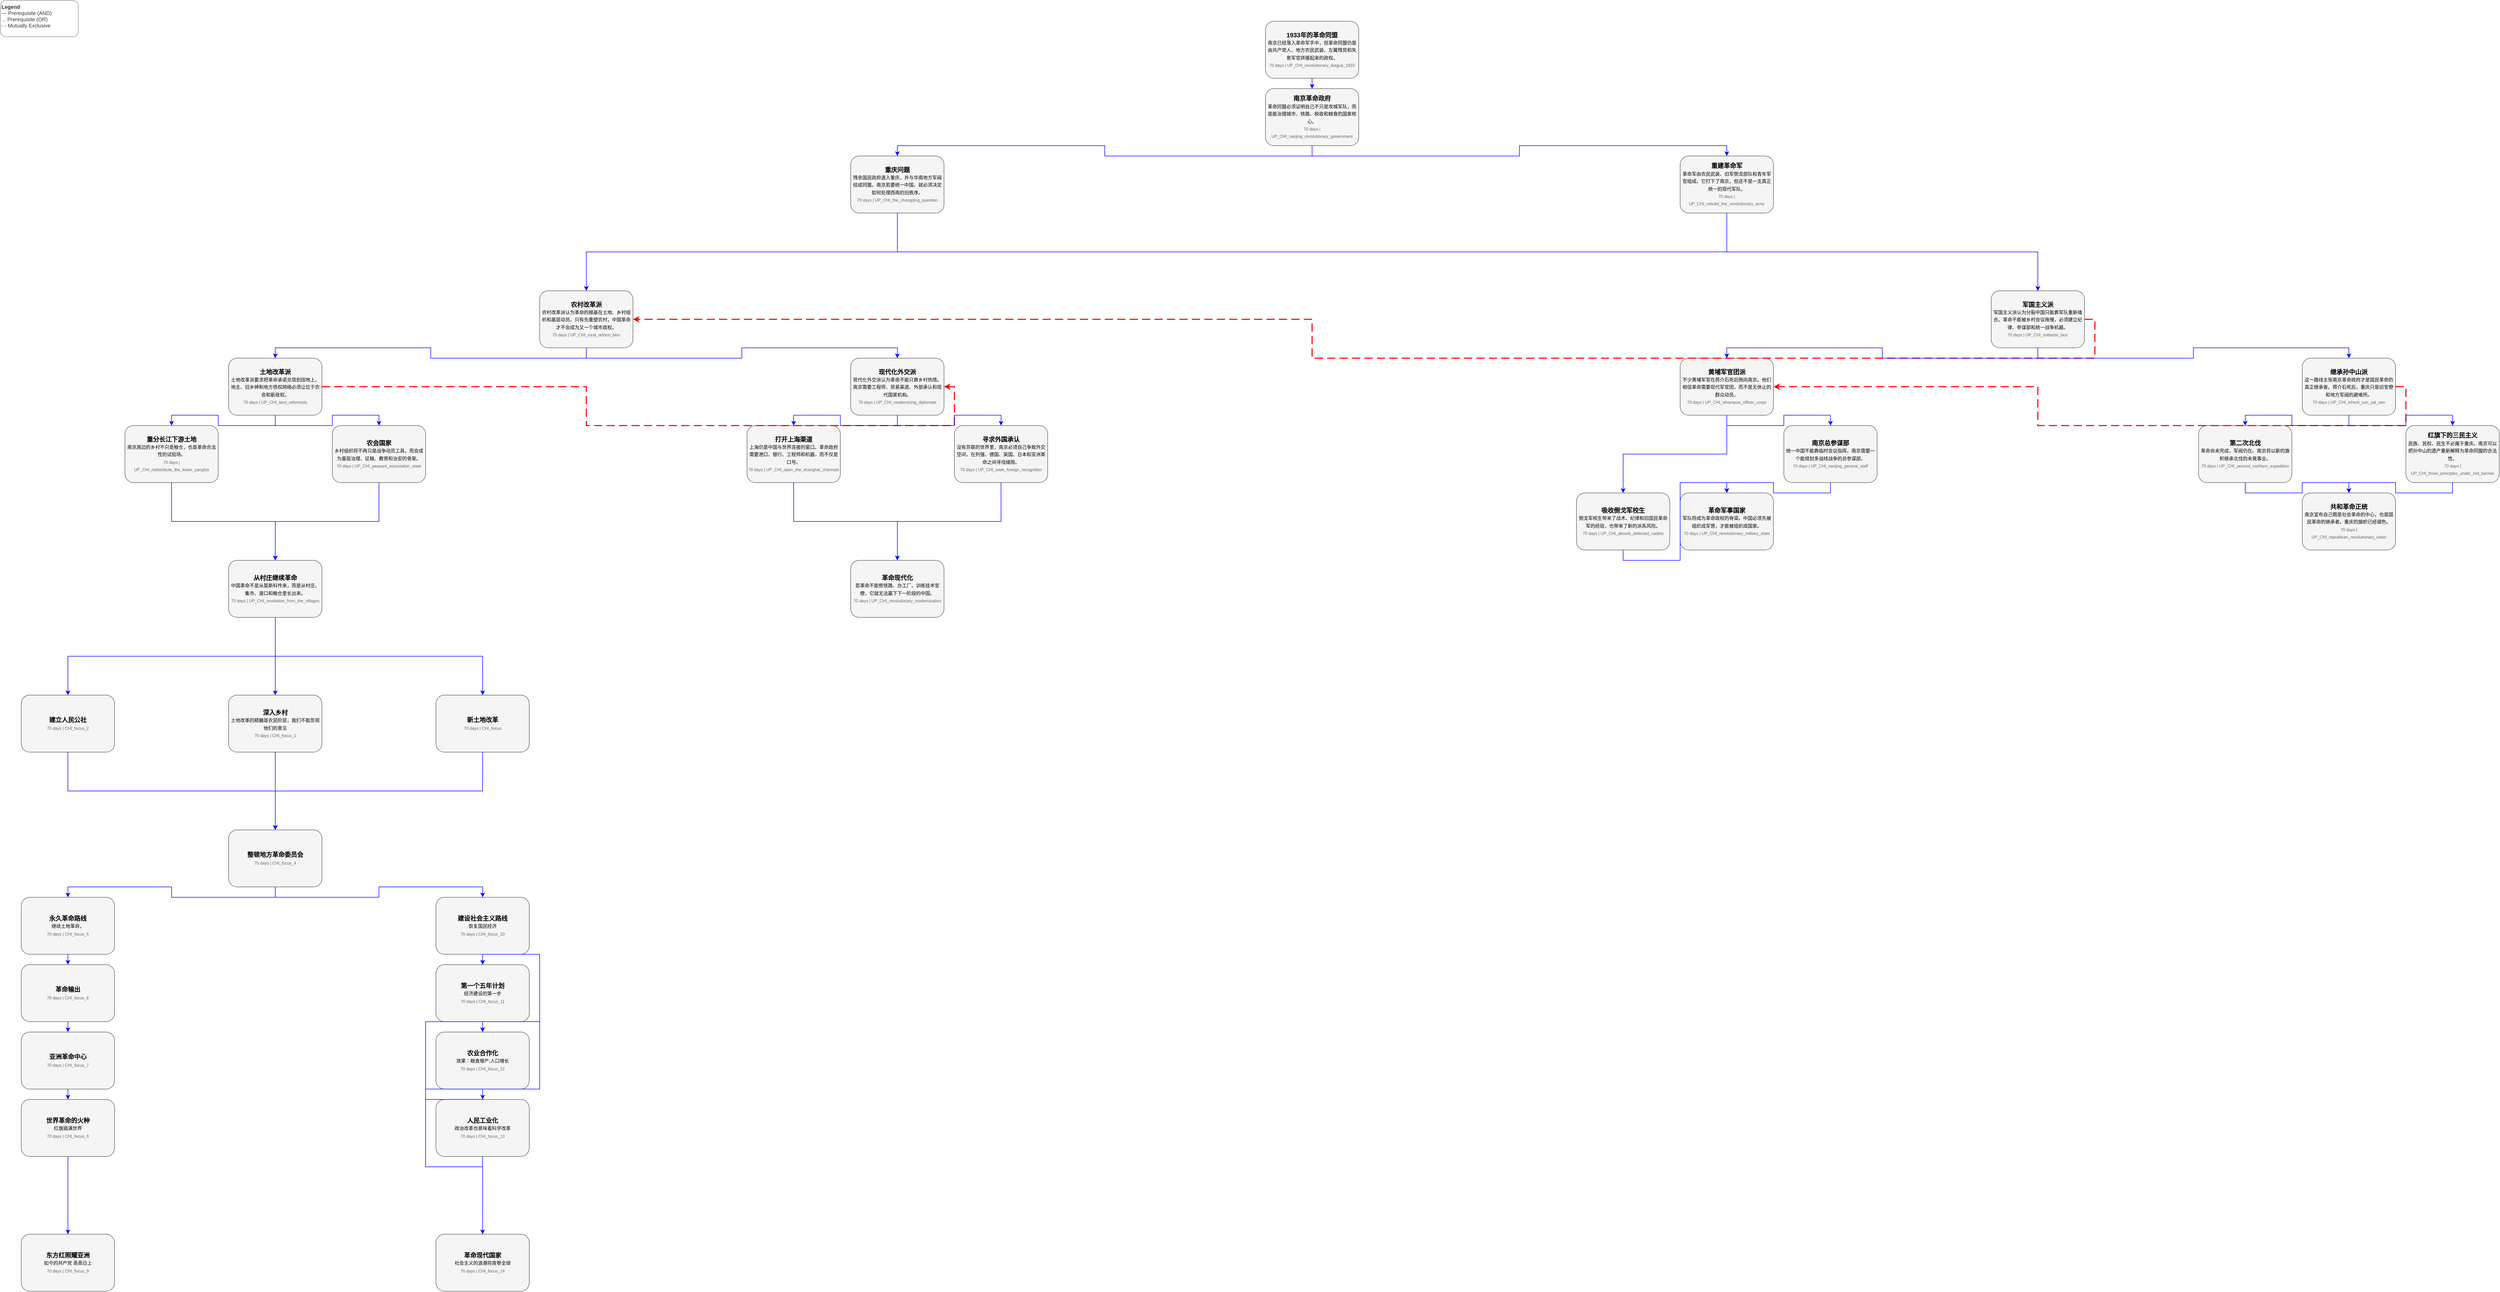
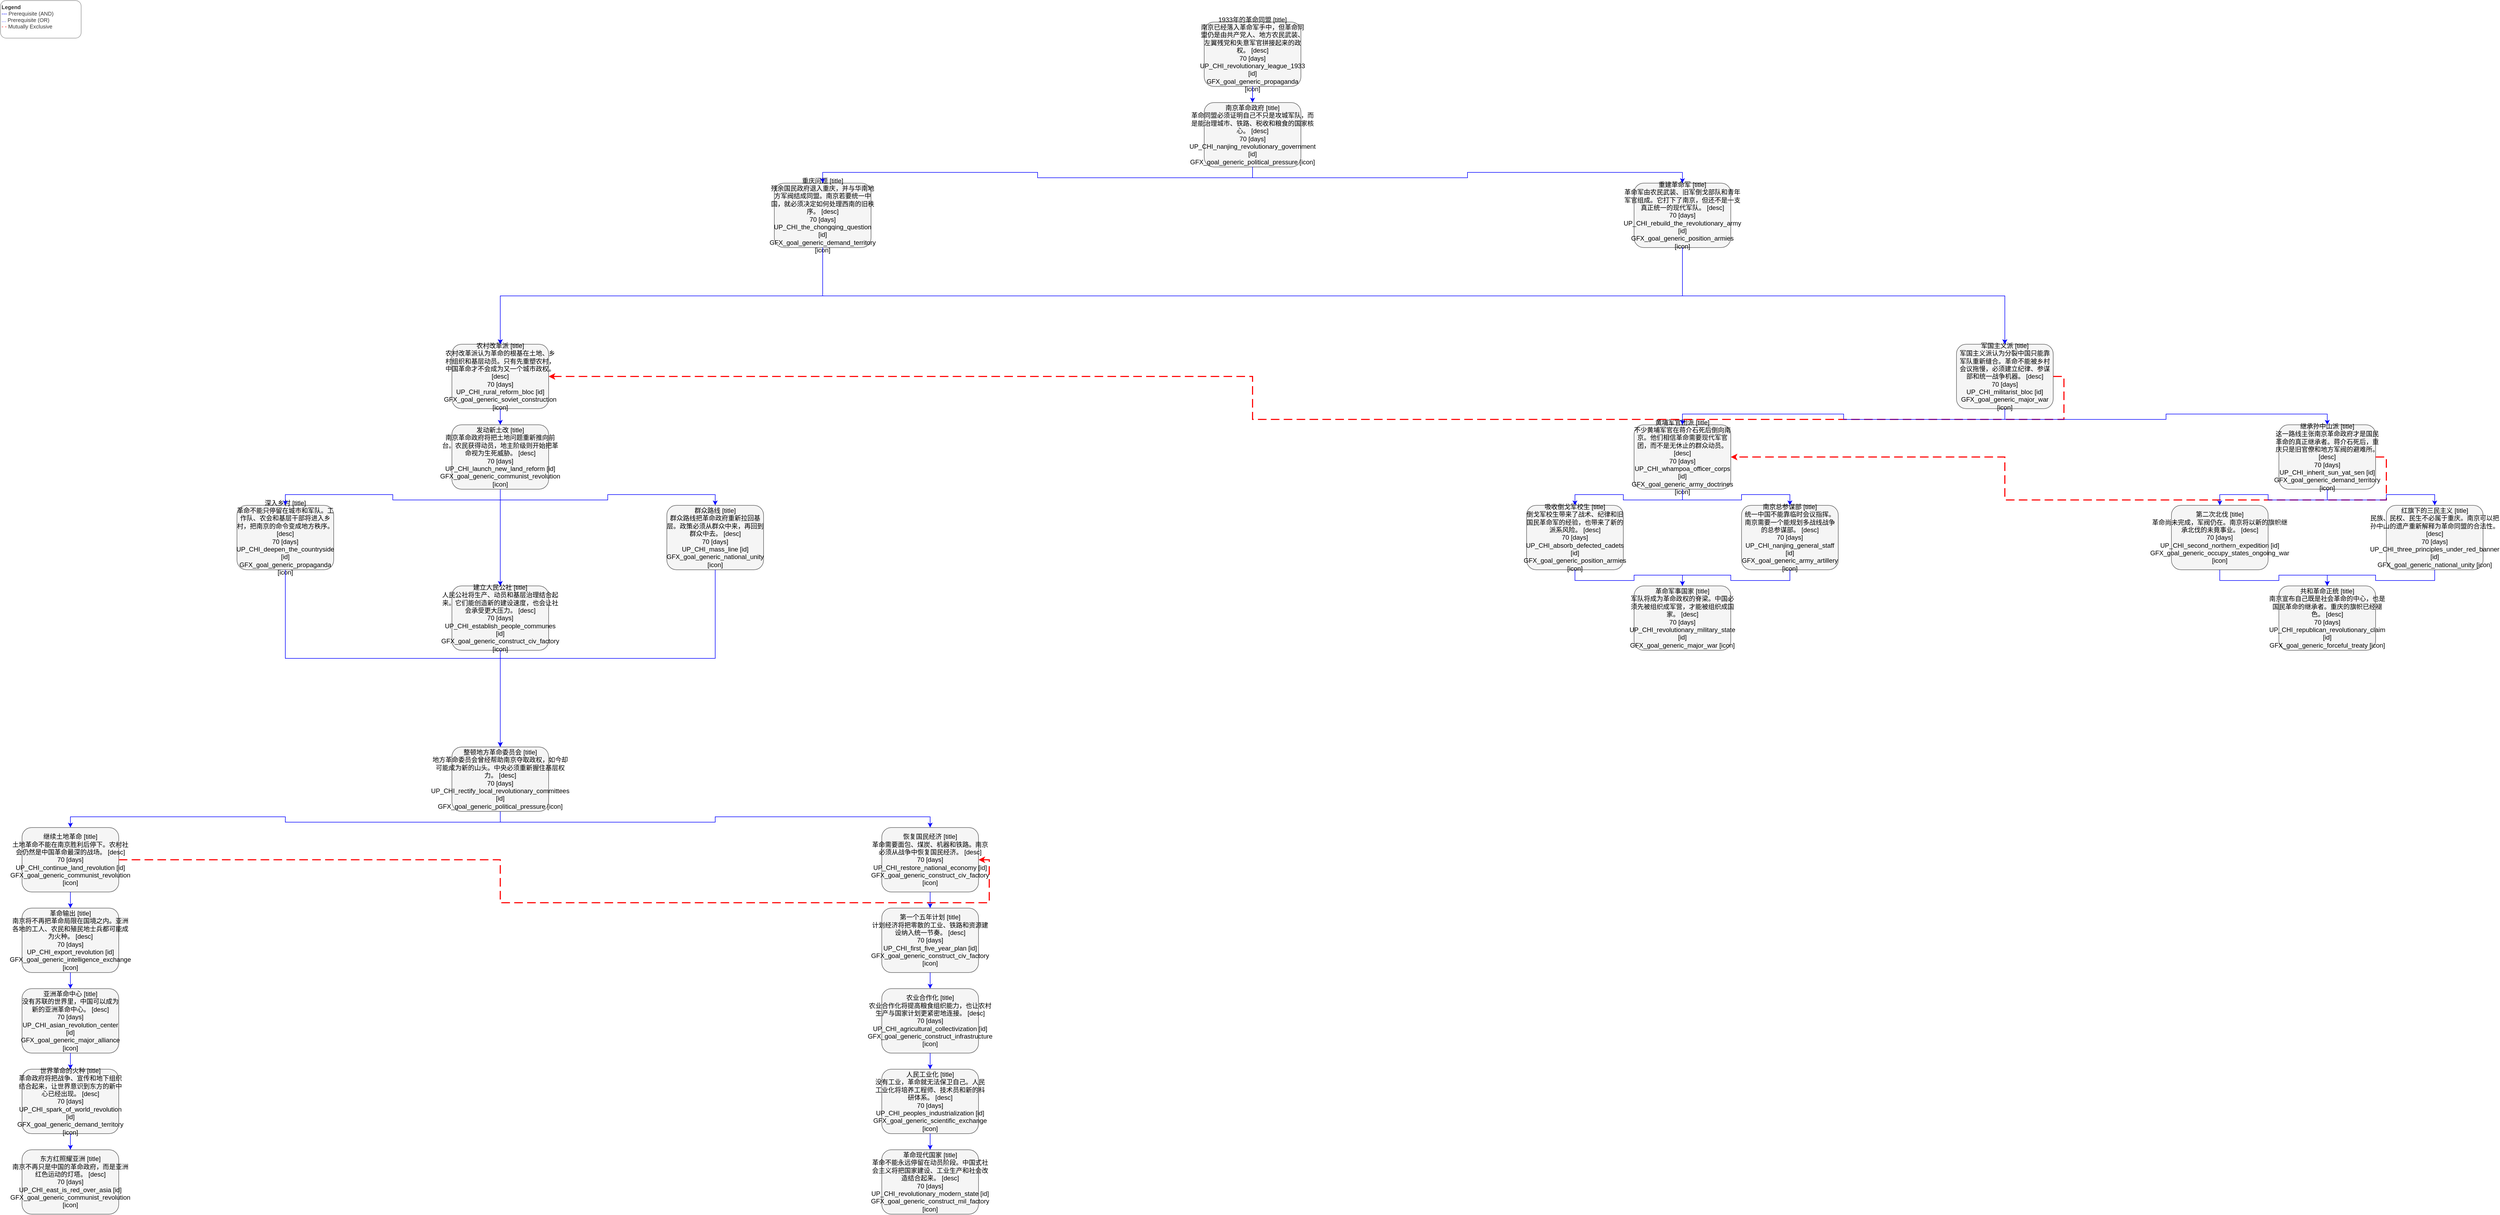
<?xml version="1.0" encoding="UTF-8"?>
- <mxfile host="app.diagrams.net" modified="2026-06-29T11:47:39.739Z" agent="HOI4 Modding Tools" version="1.0">
+ <mxfile host="app.diagrams.net" modified="2026-06-29T22:15:16.571Z" agent="HOI4 Modding Tools" version="1.0">
  <diagram id="focus-tree" name="UP_china_focus">
    <mxGraphModel dx="1000" dy="800" grid="1" gridSize="10" guides="1" tooltips="1" connect="1" arrows="1" fold="1" page="1" pageScale="1" pageWidth="1920" pageHeight="1080">
      <root>
        <mxCell id="0"/>
        <mxCell id="1" parent="0"/>
-         <mxCell id="2" value="&lt;b&gt;1933年的革命同盟&lt;/b&gt;&lt;br&gt;&lt;font style=&quot;font-size:9px&quot;&gt;南京已经落入革命军手中，但革命同盟仍是由共产党人、地方农民武装、左翼残党和失意军官拼接起来的政权。&lt;/font&gt;&lt;br&gt;&lt;font style=&quot;font-size:8px;color:#666666&quot;&gt;70 days | UP_CHI_revolutionary_league_1933&lt;/font&gt;" style="rounded=1;whiteSpace=wrap;html=1;fillColor=#f5f5f5;strokeColor=#666666;" vertex="1" parent="1"><mxGeometry x="2450" y="50" width="180" height="110" as="geometry"/></mxCell><mxCell id="3" value="&lt;b&gt;南京革命政府&lt;/b&gt;&lt;br&gt;&lt;font style=&quot;font-size:9px&quot;&gt;革命同盟必须证明自己不只是攻城军队，而是能治理城市、铁路、税收和粮食的国家核心。&lt;/font&gt;&lt;br&gt;&lt;font style=&quot;font-size:8px;color:#666666&quot;&gt;70 days | UP_CHI_nanjing_revolutionary_government&lt;/font&gt;" style="rounded=1;whiteSpace=wrap;html=1;fillColor=#f5f5f5;strokeColor=#666666;" vertex="1" parent="1"><mxGeometry x="2450" y="180" width="180" height="110" as="geometry"/></mxCell><mxCell id="4" value="&lt;b&gt;重庆问题&lt;/b&gt;&lt;br&gt;&lt;font style=&quot;font-size:9px&quot;&gt;残余国民政府退入重庆，并与华南地方军阀结成同盟。南京若要统一中国，就必须决定如何处理西南的旧秩序。&lt;/font&gt;&lt;br&gt;&lt;font style=&quot;font-size:8px;color:#666666&quot;&gt;70 days | UP_CHI_the_chongqing_question&lt;/font&gt;" style="rounded=1;whiteSpace=wrap;html=1;fillColor=#f5f5f5;strokeColor=#666666;" vertex="1" parent="1"><mxGeometry x="1650" y="310" width="180" height="110" as="geometry"/></mxCell><mxCell id="5" value="&lt;b&gt;重建革命军&lt;/b&gt;&lt;br&gt;&lt;font style=&quot;font-size:9px&quot;&gt;革命军由农民武装、旧军倒戈部队和青年军官组成。它打下了南京，但还不是一支真正统一的现代军队。&lt;/font&gt;&lt;br&gt;&lt;font style=&quot;font-size:8px;color:#666666&quot;&gt;70 days | UP_CHI_rebuild_the_revolutionary_army&lt;/font&gt;" style="rounded=1;whiteSpace=wrap;html=1;fillColor=#f5f5f5;strokeColor=#666666;" vertex="1" parent="1"><mxGeometry x="3250" y="310" width="180" height="110" as="geometry"/></mxCell><mxCell id="6" value="&lt;b&gt;农村改革派&lt;/b&gt;&lt;br&gt;&lt;font style=&quot;font-size:9px&quot;&gt;农村改革派认为革命的根基在土地、乡村组织和基层动员。只有先重塑农村，中国革命才不会成为又一个城市政权。&lt;/font&gt;&lt;br&gt;&lt;font style=&quot;font-size:8px;color:#666666&quot;&gt;70 days | UP_CHI_rural_reform_bloc&lt;/font&gt;" style="rounded=1;whiteSpace=wrap;html=1;fillColor=#f5f5f5;strokeColor=#666666;" vertex="1" parent="1"><mxGeometry x="1050" y="570" width="180" height="110" as="geometry"/></mxCell><mxCell id="7" value="&lt;b&gt;军国主义派&lt;/b&gt;&lt;br&gt;&lt;font style=&quot;font-size:9px&quot;&gt;军国主义派认为分裂中国只能靠军队重新缝合。革命不能被乡村会议拖慢，必须建立纪律、参谋部和统一战争机器。&lt;/font&gt;&lt;br&gt;&lt;font style=&quot;font-size:8px;color:#666666&quot;&gt;70 days | UP_CHI_militarist_bloc&lt;/font&gt;" style="rounded=1;whiteSpace=wrap;html=1;fillColor=#f5f5f5;strokeColor=#666666;" vertex="1" parent="1"><mxGeometry x="3850" y="570" width="180" height="110" as="geometry"/></mxCell><mxCell id="8" value="&lt;b&gt;土地改革派&lt;/b&gt;&lt;br&gt;&lt;font style=&quot;font-size:9px&quot;&gt;土地改革派要求把革命承诺兑现到田地上。地主、旧乡绅和地方债权网络必须让位于农会和新政权。&lt;/font&gt;&lt;br&gt;&lt;font style=&quot;font-size:8px;color:#666666&quot;&gt;70 days | UP_CHI_land_reformists&lt;/font&gt;" style="rounded=1;whiteSpace=wrap;html=1;fillColor=#f5f5f5;strokeColor=#666666;" vertex="1" parent="1"><mxGeometry x="450" y="700" width="180" height="110" as="geometry"/></mxCell><mxCell id="9" value="&lt;b&gt;重分长江下游土地&lt;/b&gt;&lt;br&gt;&lt;font style=&quot;font-size:9px&quot;&gt;南京周边的乡村不只是粮仓，也是革命合法性的试验场。&lt;/font&gt;&lt;br&gt;&lt;font style=&quot;font-size:8px;color:#666666&quot;&gt;70 days | UP_CHI_redistribute_the_lower_yangtze&lt;/font&gt;" style="rounded=1;whiteSpace=wrap;html=1;fillColor=#f5f5f5;strokeColor=#666666;" vertex="1" parent="1"><mxGeometry x="250" y="830" width="180" height="110" as="geometry"/></mxCell><mxCell id="10" value="&lt;b&gt;农会国家&lt;/b&gt;&lt;br&gt;&lt;font style=&quot;font-size:9px&quot;&gt;乡村组织将不再只是战争动员工具，而会成为基层治理、征粮、教育和治安的骨架。&lt;/font&gt;&lt;br&gt;&lt;font style=&quot;font-size:8px;color:#666666&quot;&gt;70 days | UP_CHI_peasant_association_state&lt;/font&gt;" style="rounded=1;whiteSpace=wrap;html=1;fillColor=#f5f5f5;strokeColor=#666666;" vertex="1" parent="1"><mxGeometry x="650" y="830" width="180" height="110" as="geometry"/></mxCell><mxCell id="11" value="&lt;b&gt;从村庄继续革命&lt;/b&gt;&lt;br&gt;&lt;font style=&quot;font-size:9px&quot;&gt;中国革命不是从莫斯科传来，而是从村庄、集市、渡口和粮仓里长出来。&lt;/font&gt;&lt;br&gt;&lt;font style=&quot;font-size:8px;color:#666666&quot;&gt;70 days | UP_CHI_revolution_from_the_villages&lt;/font&gt;" style="rounded=1;whiteSpace=wrap;html=1;fillColor=#f5f5f5;strokeColor=#666666;" vertex="1" parent="1"><mxGeometry x="450" y="1090" width="180" height="110" as="geometry"/></mxCell><mxCell id="12" value="&lt;b&gt;现代化外交派&lt;/b&gt;&lt;br&gt;&lt;font style=&quot;font-size:9px&quot;&gt;现代化外交派认为革命不能只靠乡村热情。南京需要工程师、贸易渠道、外部承认和现代国家机构。&lt;/font&gt;&lt;br&gt;&lt;font style=&quot;font-size:8px;color:#666666&quot;&gt;70 days | UP_CHI_modernizing_diplomats&lt;/font&gt;" style="rounded=1;whiteSpace=wrap;html=1;fillColor=#f5f5f5;strokeColor=#666666;" vertex="1" parent="1"><mxGeometry x="1650" y="700" width="180" height="110" as="geometry"/></mxCell><mxCell id="13" value="&lt;b&gt;打开上海渠道&lt;/b&gt;&lt;br&gt;&lt;font style=&quot;font-size:9px&quot;&gt;上海仍是中国与世界连接的窗口。革命政府需要港口、银行、工程师和机器，而不仅是口号。&lt;/font&gt;&lt;br&gt;&lt;font style=&quot;font-size:8px;color:#666666&quot;&gt;70 days | UP_CHI_open_the_shanghai_channels&lt;/font&gt;" style="rounded=1;whiteSpace=wrap;html=1;fillColor=#f5f5f5;strokeColor=#666666;" vertex="1" parent="1"><mxGeometry x="1450" y="830" width="180" height="110" as="geometry"/></mxCell><mxCell id="14" value="&lt;b&gt;寻求外国承认&lt;/b&gt;&lt;br&gt;&lt;font style=&quot;font-size:9px&quot;&gt;没有苏联的世界里，南京必须自己争取外交空间，在列强、德国、英国、日本和亚洲革命之间寻找缝隙。&lt;/font&gt;&lt;br&gt;&lt;font style=&quot;font-size:8px;color:#666666&quot;&gt;70 days | UP_CHI_seek_foreign_recognition&lt;/font&gt;" style="rounded=1;whiteSpace=wrap;html=1;fillColor=#f5f5f5;strokeColor=#666666;" vertex="1" parent="1"><mxGeometry x="1850" y="830" width="180" height="110" as="geometry"/></mxCell><mxCell id="15" value="&lt;b&gt;革命现代化&lt;/b&gt;&lt;br&gt;&lt;font style=&quot;font-size:9px&quot;&gt;若革命不能修铁路、办工厂、训练技术官僚，它就无法赢下下一阶段的中国。&lt;/font&gt;&lt;br&gt;&lt;font style=&quot;font-size:8px;color:#666666&quot;&gt;70 days | UP_CHI_revolutionary_modernization&lt;/font&gt;" style="rounded=1;whiteSpace=wrap;html=1;fillColor=#f5f5f5;strokeColor=#666666;" vertex="1" parent="1"><mxGeometry x="1650" y="1090" width="180" height="110" as="geometry"/></mxCell><mxCell id="16" value="&lt;b&gt;黄埔军官团派&lt;/b&gt;&lt;br&gt;&lt;font style=&quot;font-size:9px&quot;&gt;不少黄埔军官在蒋介石死后倒向南京。他们相信革命需要现代军官团，而不是无休止的群众动员。&lt;/font&gt;&lt;br&gt;&lt;font style=&quot;font-size:8px;color:#666666&quot;&gt;70 days | UP_CHI_whampoa_officer_corps&lt;/font&gt;" style="rounded=1;whiteSpace=wrap;html=1;fillColor=#f5f5f5;strokeColor=#666666;" vertex="1" parent="1"><mxGeometry x="3250" y="700" width="180" height="110" as="geometry"/></mxCell><mxCell id="17" value="&lt;b&gt;吸收倒戈军校生&lt;/b&gt;&lt;br&gt;&lt;font style=&quot;font-size:9px&quot;&gt;倒戈军校生带来了战术、纪律和旧国民革命军的经验，也带来了新的派系风险。&lt;/font&gt;&lt;br&gt;&lt;font style=&quot;font-size:8px;color:#666666&quot;&gt;70 days | UP_CHI_absorb_defected_cadets&lt;/font&gt;" style="rounded=1;whiteSpace=wrap;html=1;fillColor=#f5f5f5;strokeColor=#666666;" vertex="1" parent="1"><mxGeometry x="3050" y="960" width="180" height="110" as="geometry"/></mxCell><mxCell id="18" value="&lt;b&gt;南京总参谋部&lt;/b&gt;&lt;br&gt;&lt;font style=&quot;font-size:9px&quot;&gt;统一中国不能靠临时会议指挥。南京需要一个能规划多战线战争的总参谋部。&lt;/font&gt;&lt;br&gt;&lt;font style=&quot;font-size:8px;color:#666666&quot;&gt;70 days | UP_CHI_nanjing_general_staff&lt;/font&gt;" style="rounded=1;whiteSpace=wrap;html=1;fillColor=#f5f5f5;strokeColor=#666666;" vertex="1" parent="1"><mxGeometry x="3450" y="830" width="180" height="110" as="geometry"/></mxCell><mxCell id="19" value="&lt;b&gt;革命军事国家&lt;/b&gt;&lt;br&gt;&lt;font style=&quot;font-size:9px&quot;&gt;军队将成为革命政权的脊梁。中国必须先被组织成军营，才能被组织成国家。&lt;/font&gt;&lt;br&gt;&lt;font style=&quot;font-size:8px;color:#666666&quot;&gt;70 days | UP_CHI_revolutionary_military_state&lt;/font&gt;" style="rounded=1;whiteSpace=wrap;html=1;fillColor=#f5f5f5;strokeColor=#666666;" vertex="1" parent="1"><mxGeometry x="3250" y="960" width="180" height="110" as="geometry"/></mxCell><mxCell id="20" value="&lt;b&gt;继承孙中山派&lt;/b&gt;&lt;br&gt;&lt;font style=&quot;font-size:9px&quot;&gt;这一路线主张南京革命政府才是国民革命的真正继承者。蒋介石死后，重庆只是旧官僚和地方军阀的避难所。&lt;/font&gt;&lt;br&gt;&lt;font style=&quot;font-size:8px;color:#666666&quot;&gt;70 days | UP_CHI_inherit_sun_yat_sen&lt;/font&gt;" style="rounded=1;whiteSpace=wrap;html=1;fillColor=#f5f5f5;strokeColor=#666666;" vertex="1" parent="1"><mxGeometry x="4450" y="700" width="180" height="110" as="geometry"/></mxCell><mxCell id="21" value="&lt;b&gt;第二次北伐&lt;/b&gt;&lt;br&gt;&lt;font style=&quot;font-size:9px&quot;&gt;革命尚未完成，军阀仍在。南京将以新的旗帜继承北伐的未竟事业。&lt;/font&gt;&lt;br&gt;&lt;font style=&quot;font-size:8px;color:#666666&quot;&gt;70 days | UP_CHI_second_northern_expedition&lt;/font&gt;" style="rounded=1;whiteSpace=wrap;html=1;fillColor=#f5f5f5;strokeColor=#666666;" vertex="1" parent="1"><mxGeometry x="4250" y="830" width="180" height="110" as="geometry"/></mxCell><mxCell id="22" value="&lt;b&gt;红旗下的三民主义&lt;/b&gt;&lt;br&gt;&lt;font style=&quot;font-size:9px&quot;&gt;民族、民权、民生不必属于重庆。南京可以把孙中山的遗产重新解释为革命同盟的合法性。&lt;/font&gt;&lt;br&gt;&lt;font style=&quot;font-size:8px;color:#666666&quot;&gt;70 days | UP_CHI_three_principles_under_red_banner&lt;/font&gt;" style="rounded=1;whiteSpace=wrap;html=1;fillColor=#f5f5f5;strokeColor=#666666;" vertex="1" parent="1"><mxGeometry x="4650" y="830" width="180" height="110" as="geometry"/></mxCell><mxCell id="23" value="&lt;b&gt;共和革命正统&lt;/b&gt;&lt;br&gt;&lt;font style=&quot;font-size:9px&quot;&gt;南京宣布自己既是社会革命的中心，也是国民革命的继承者。重庆的旗帜已经褪色。&lt;/font&gt;&lt;br&gt;&lt;font style=&quot;font-size:8px;color:#666666&quot;&gt;70 days | UP_CHI_republican_revolutionary_claim&lt;/font&gt;" style="rounded=1;whiteSpace=wrap;html=1;fillColor=#f5f5f5;strokeColor=#666666;" vertex="1" parent="1"><mxGeometry x="4450" y="960" width="180" height="110" as="geometry"/></mxCell><mxCell id="24" value="&lt;b&gt;新土地改革&lt;/b&gt;&lt;br&gt;&lt;font style=&quot;font-size:8px;color:#666666&quot;&gt;70 days | CHI_focus&lt;/font&gt;" style="rounded=1;whiteSpace=wrap;html=1;fillColor=#f5f5f5;strokeColor=#666666;" vertex="1" parent="1"><mxGeometry x="850" y="1350" width="180" height="110" as="geometry"/></mxCell><mxCell id="25" value="&lt;b&gt;深入乡村&lt;/b&gt;&lt;br&gt;&lt;font style=&quot;font-size:9px&quot;&gt;土地改革的精髓是农民阶层，我们不能忽视他们的意见&lt;/font&gt;&lt;br&gt;&lt;font style=&quot;font-size:8px;color:#666666&quot;&gt;70 days | CHI_focus_1&lt;/font&gt;" style="rounded=1;whiteSpace=wrap;html=1;fillColor=#f5f5f5;strokeColor=#666666;" vertex="1" parent="1"><mxGeometry x="450" y="1350" width="180" height="110" as="geometry"/></mxCell><mxCell id="26" value="&lt;b&gt;建立人民公社&lt;/b&gt;&lt;br&gt;&lt;font style=&quot;font-size:8px;color:#666666&quot;&gt;70 days | CHI_focus_2&lt;/font&gt;" style="rounded=1;whiteSpace=wrap;html=1;fillColor=#f5f5f5;strokeColor=#666666;" vertex="1" parent="1"><mxGeometry x="50" y="1350" width="180" height="110" as="geometry"/></mxCell><mxCell id="27" value="&lt;b&gt;整顿地方革命委员会&lt;/b&gt;&lt;br&gt;&lt;font style=&quot;font-size:8px;color:#666666&quot;&gt;70 days | CHI_focus_4&lt;/font&gt;" style="rounded=1;whiteSpace=wrap;html=1;fillColor=#f5f5f5;strokeColor=#666666;" vertex="1" parent="1"><mxGeometry x="450" y="1610" width="180" height="110" as="geometry"/></mxCell><mxCell id="28" value="&lt;b&gt;永久革命路线&lt;/b&gt;&lt;br&gt;&lt;font style=&quot;font-size:9px&quot;&gt;继续土地革命，&lt;/font&gt;&lt;br&gt;&lt;font style=&quot;font-size:8px;color:#666666&quot;&gt;70 days | CHI_focus_5&lt;/font&gt;" style="rounded=1;whiteSpace=wrap;html=1;fillColor=#f5f5f5;strokeColor=#666666;" vertex="1" parent="1"><mxGeometry x="50" y="1740" width="180" height="110" as="geometry"/></mxCell><mxCell id="29" value="&lt;b&gt;革命输出&lt;/b&gt;&lt;br&gt;&lt;font style=&quot;font-size:8px;color:#666666&quot;&gt;70 days | CHI_focus_6&lt;/font&gt;" style="rounded=1;whiteSpace=wrap;html=1;fillColor=#f5f5f5;strokeColor=#666666;" vertex="1" parent="1"><mxGeometry x="50" y="1870" width="180" height="110" as="geometry"/></mxCell><mxCell id="30" value="&lt;b&gt;亚洲革命中心&lt;/b&gt;&lt;br&gt;&lt;font style=&quot;font-size:8px;color:#666666&quot;&gt;70 days | CHI_focus_7&lt;/font&gt;" style="rounded=1;whiteSpace=wrap;html=1;fillColor=#f5f5f5;strokeColor=#666666;" vertex="1" parent="1"><mxGeometry x="50" y="2000" width="180" height="110" as="geometry"/></mxCell><mxCell id="31" value="&lt;b&gt;世界革命的火种&lt;/b&gt;&lt;br&gt;&lt;font style=&quot;font-size:9px&quot;&gt;红旗插满世界&lt;/font&gt;&lt;br&gt;&lt;font style=&quot;font-size:8px;color:#666666&quot;&gt;70 days | CHI_focus_8&lt;/font&gt;" style="rounded=1;whiteSpace=wrap;html=1;fillColor=#f5f5f5;strokeColor=#666666;" vertex="1" parent="1"><mxGeometry x="50" y="2130" width="180" height="110" as="geometry"/></mxCell><mxCell id="32" value="&lt;b&gt;东方红照耀亚洲&lt;/b&gt;&lt;br&gt;&lt;font style=&quot;font-size:9px&quot;&gt;如今的共产党 蒸蒸日上&lt;/font&gt;&lt;br&gt;&lt;font style=&quot;font-size:8px;color:#666666&quot;&gt;70 days | CHI_focus_9&lt;/font&gt;" style="rounded=1;whiteSpace=wrap;html=1;fillColor=#f5f5f5;strokeColor=#666666;" vertex="1" parent="1"><mxGeometry x="50" y="2390" width="180" height="110" as="geometry"/></mxCell><mxCell id="33" value="&lt;b&gt;建设社会主义路线&lt;/b&gt;&lt;br&gt;&lt;font style=&quot;font-size:9px&quot;&gt;恢复国民经济&lt;/font&gt;&lt;br&gt;&lt;font style=&quot;font-size:8px;color:#666666&quot;&gt;70 days | CHI_focus_10&lt;/font&gt;" style="rounded=1;whiteSpace=wrap;html=1;fillColor=#f5f5f5;strokeColor=#666666;" vertex="1" parent="1"><mxGeometry x="850" y="1740" width="180" height="110" as="geometry"/></mxCell><mxCell id="34" value="&lt;b&gt;第一个五年计划&lt;/b&gt;&lt;br&gt;&lt;font style=&quot;font-size:9px&quot;&gt;经济建设的第一步&lt;/font&gt;&lt;br&gt;&lt;font style=&quot;font-size:8px;color:#666666&quot;&gt;70 days | CHI_focus_11&lt;/font&gt;" style="rounded=1;whiteSpace=wrap;html=1;fillColor=#f5f5f5;strokeColor=#666666;" vertex="1" parent="1"><mxGeometry x="850" y="1870" width="180" height="110" as="geometry"/></mxCell><mxCell id="35" value="&lt;b&gt;农业合作化&lt;/b&gt;&lt;br&gt;&lt;font style=&quot;font-size:9px&quot;&gt;效果：粮食增产,人口增长&lt;/font&gt;&lt;br&gt;&lt;font style=&quot;font-size:8px;color:#666666&quot;&gt;70 days | CHI_focus_12&lt;/font&gt;" style="rounded=1;whiteSpace=wrap;html=1;fillColor=#f5f5f5;strokeColor=#666666;" vertex="1" parent="1"><mxGeometry x="850" y="2000" width="180" height="110" as="geometry"/></mxCell><mxCell id="36" value="&lt;b&gt;人民工业化&lt;/b&gt;&lt;br&gt;&lt;font style=&quot;font-size:9px&quot;&gt;政治改革也意味着科学改革&lt;/font&gt;&lt;br&gt;&lt;font style=&quot;font-size:8px;color:#666666&quot;&gt;70 days | CHI_focus_13&lt;/font&gt;" style="rounded=1;whiteSpace=wrap;html=1;fillColor=#f5f5f5;strokeColor=#666666;" vertex="1" parent="1"><mxGeometry x="850" y="2130" width="180" height="110" as="geometry"/></mxCell><mxCell id="37" value="&lt;b&gt;革命现代国家&lt;/b&gt;&lt;br&gt;&lt;font style=&quot;font-size:9px&quot;&gt;社会主义的浪潮将席卷全球&lt;/font&gt;&lt;br&gt;&lt;font style=&quot;font-size:8px;color:#666666&quot;&gt;70 days | CHI_focus_14&lt;/font&gt;" style="rounded=1;whiteSpace=wrap;html=1;fillColor=#f5f5f5;strokeColor=#666666;" vertex="1" parent="1"><mxGeometry x="850" y="2390" width="180" height="110" as="geometry"/></mxCell><mxCell id="38" style="edgeStyle=orthogonalEdgeStyle;rounded=0;orthogonalLoop=1;jettySize=auto;html=1;strokeColor=#0000FF;exitX=0.5;exitY=1;exitDx=0;exitDy=0;entryX=0.5;entryY=0;entryDx=0;entryDy=0;" edge="1" parent="1" source="2" target="3"><mxGeometry relative="1" as="geometry"/></mxCell><mxCell id="39" style="edgeStyle=orthogonalEdgeStyle;rounded=0;orthogonalLoop=1;jettySize=auto;html=1;strokeColor=#0000FF;exitX=0.5;exitY=1;exitDx=0;exitDy=0;entryX=0.5;entryY=0;entryDx=0;entryDy=0;" edge="1" parent="1" source="3" target="4"><mxGeometry relative="1" as="geometry"/></mxCell><mxCell id="40" style="edgeStyle=orthogonalEdgeStyle;rounded=0;orthogonalLoop=1;jettySize=auto;html=1;strokeColor=#0000FF;exitX=0.5;exitY=1;exitDx=0;exitDy=0;entryX=0.5;entryY=0;entryDx=0;entryDy=0;" edge="1" parent="1" source="3" target="5"><mxGeometry relative="1" as="geometry"/></mxCell><mxCell id="41" style="edgeStyle=orthogonalEdgeStyle;rounded=0;orthogonalLoop=1;jettySize=auto;html=1;strokeColor=#0000FF;exitX=0.5;exitY=1;exitDx=0;exitDy=0;entryX=0.5;entryY=0;entryDx=0;entryDy=0;" edge="1" parent="1" source="4" target="6"><mxGeometry relative="1" as="geometry"/></mxCell><mxCell id="42" style="edgeStyle=orthogonalEdgeStyle;rounded=0;orthogonalLoop=1;jettySize=auto;html=1;strokeColor=#0000FF;exitX=0.5;exitY=1;exitDx=0;exitDy=0;entryX=0.5;entryY=0;entryDx=0;entryDy=0;" edge="1" parent="1" source="5" target="6"><mxGeometry relative="1" as="geometry"/></mxCell><mxCell id="43" style="edgeStyle=orthogonalEdgeStyle;rounded=0;orthogonalLoop=1;jettySize=auto;html=1;strokeColor=#0000FF;exitX=0.5;exitY=1;exitDx=0;exitDy=0;entryX=0.5;entryY=0;entryDx=0;entryDy=0;" edge="1" parent="1" source="4" target="7"><mxGeometry relative="1" as="geometry"/></mxCell><mxCell id="44" style="edgeStyle=orthogonalEdgeStyle;rounded=0;orthogonalLoop=1;jettySize=auto;html=1;strokeColor=#0000FF;exitX=0.5;exitY=1;exitDx=0;exitDy=0;entryX=0.5;entryY=0;entryDx=0;entryDy=0;" edge="1" parent="1" source="5" target="7"><mxGeometry relative="1" as="geometry"/></mxCell><mxCell id="45" style="edgeStyle=orthogonalEdgeStyle;rounded=0;orthogonalLoop=1;jettySize=auto;html=1;dashed=1;dashPattern=8 4;strokeColor=#FF0000;strokeWidth=2;exitX=0.5;exitY=0.5;exitDx=0;exitDy=0;entryX=0.5;entryY=0.5;entryDx=0;entryDy=0;" edge="1" parent="1" source="7" target="6"><mxGeometry relative="1" as="geometry"/></mxCell><mxCell id="46" style="edgeStyle=orthogonalEdgeStyle;rounded=0;orthogonalLoop=1;jettySize=auto;html=1;strokeColor=#0000FF;exitX=0.5;exitY=1;exitDx=0;exitDy=0;entryX=0.5;entryY=0;entryDx=0;entryDy=0;" edge="1" parent="1" source="6" target="8"><mxGeometry relative="1" as="geometry"/></mxCell><mxCell id="47" style="edgeStyle=orthogonalEdgeStyle;rounded=0;orthogonalLoop=1;jettySize=auto;html=1;dashed=1;dashPattern=8 4;strokeColor=#FF0000;strokeWidth=2;exitX=0.5;exitY=0.5;exitDx=0;exitDy=0;entryX=0.5;entryY=0.5;entryDx=0;entryDy=0;" edge="1" parent="1" source="8" target="12"><mxGeometry relative="1" as="geometry"/></mxCell><mxCell id="48" style="edgeStyle=orthogonalEdgeStyle;rounded=0;orthogonalLoop=1;jettySize=auto;html=1;strokeColor=#0000FF;exitX=0.5;exitY=1;exitDx=0;exitDy=0;entryX=0.5;entryY=0;entryDx=0;entryDy=0;" edge="1" parent="1" source="8" target="9"><mxGeometry relative="1" as="geometry"/></mxCell><mxCell id="49" style="edgeStyle=orthogonalEdgeStyle;rounded=0;orthogonalLoop=1;jettySize=auto;html=1;strokeColor=#0000FF;exitX=0.5;exitY=1;exitDx=0;exitDy=0;entryX=0.5;entryY=0;entryDx=0;entryDy=0;" edge="1" parent="1" source="8" target="10"><mxGeometry relative="1" as="geometry"/></mxCell><mxCell id="50" style="edgeStyle=orthogonalEdgeStyle;rounded=0;orthogonalLoop=1;jettySize=auto;html=1;strokeColor=#0000FF;exitX=0.5;exitY=1;exitDx=0;exitDy=0;entryX=0.5;entryY=0;entryDx=0;entryDy=0;" edge="1" parent="1" source="9" target="11"><mxGeometry relative="1" as="geometry"/></mxCell><mxCell id="51" style="edgeStyle=orthogonalEdgeStyle;rounded=0;orthogonalLoop=1;jettySize=auto;html=1;strokeColor=#0000FF;exitX=0.5;exitY=1;exitDx=0;exitDy=0;entryX=0.5;entryY=0;entryDx=0;entryDy=0;" edge="1" parent="1" source="10" target="11"><mxGeometry relative="1" as="geometry"/></mxCell><mxCell id="52" style="edgeStyle=orthogonalEdgeStyle;rounded=0;orthogonalLoop=1;jettySize=auto;html=1;strokeColor=#0000FF;exitX=0.5;exitY=1;exitDx=0;exitDy=0;entryX=0.5;entryY=0;entryDx=0;entryDy=0;" edge="1" parent="1" source="6" target="12"><mxGeometry relative="1" as="geometry"/></mxCell><mxCell id="53" style="edgeStyle=orthogonalEdgeStyle;rounded=0;orthogonalLoop=1;jettySize=auto;html=1;strokeColor=#0000FF;exitX=0.5;exitY=1;exitDx=0;exitDy=0;entryX=0.5;entryY=0;entryDx=0;entryDy=0;" edge="1" parent="1" source="12" target="13"><mxGeometry relative="1" as="geometry"/></mxCell><mxCell id="54" style="edgeStyle=orthogonalEdgeStyle;rounded=0;orthogonalLoop=1;jettySize=auto;html=1;strokeColor=#0000FF;exitX=0.5;exitY=1;exitDx=0;exitDy=0;entryX=0.5;entryY=0;entryDx=0;entryDy=0;" edge="1" parent="1" source="12" target="14"><mxGeometry relative="1" as="geometry"/></mxCell><mxCell id="55" style="edgeStyle=orthogonalEdgeStyle;rounded=0;orthogonalLoop=1;jettySize=auto;html=1;strokeColor=#0000FF;exitX=0.5;exitY=1;exitDx=0;exitDy=0;entryX=0.5;entryY=0;entryDx=0;entryDy=0;" edge="1" parent="1" source="13" target="15"><mxGeometry relative="1" as="geometry"/></mxCell><mxCell id="56" style="edgeStyle=orthogonalEdgeStyle;rounded=0;orthogonalLoop=1;jettySize=auto;html=1;strokeColor=#0000FF;exitX=0.5;exitY=1;exitDx=0;exitDy=0;entryX=0.5;entryY=0;entryDx=0;entryDy=0;" edge="1" parent="1" source="14" target="15"><mxGeometry relative="1" as="geometry"/></mxCell><mxCell id="57" style="edgeStyle=orthogonalEdgeStyle;rounded=0;orthogonalLoop=1;jettySize=auto;html=1;strokeColor=#0000FF;exitX=0.5;exitY=1;exitDx=0;exitDy=0;entryX=0.5;entryY=0;entryDx=0;entryDy=0;" edge="1" parent="1" source="7" target="16"><mxGeometry relative="1" as="geometry"/></mxCell><mxCell id="58" style="edgeStyle=orthogonalEdgeStyle;rounded=0;orthogonalLoop=1;jettySize=auto;html=1;strokeColor=#0000FF;exitX=0.5;exitY=1;exitDx=0;exitDy=0;entryX=0.5;entryY=0;entryDx=0;entryDy=0;" edge="1" parent="1" source="16" target="17"><mxGeometry relative="1" as="geometry"/></mxCell><mxCell id="59" style="edgeStyle=orthogonalEdgeStyle;rounded=0;orthogonalLoop=1;jettySize=auto;html=1;strokeColor=#0000FF;exitX=0.5;exitY=1;exitDx=0;exitDy=0;entryX=0.5;entryY=0;entryDx=0;entryDy=0;" edge="1" parent="1" source="16" target="18"><mxGeometry relative="1" as="geometry"/></mxCell><mxCell id="60" style="edgeStyle=orthogonalEdgeStyle;rounded=0;orthogonalLoop=1;jettySize=auto;html=1;strokeColor=#0000FF;exitX=0.5;exitY=1;exitDx=0;exitDy=0;entryX=0.5;entryY=0;entryDx=0;entryDy=0;" edge="1" parent="1" source="17" target="19"><mxGeometry relative="1" as="geometry"/></mxCell><mxCell id="61" style="edgeStyle=orthogonalEdgeStyle;rounded=0;orthogonalLoop=1;jettySize=auto;html=1;strokeColor=#0000FF;exitX=0.5;exitY=1;exitDx=0;exitDy=0;entryX=0.5;entryY=0;entryDx=0;entryDy=0;" edge="1" parent="1" source="18" target="19"><mxGeometry relative="1" as="geometry"/></mxCell><mxCell id="62" style="edgeStyle=orthogonalEdgeStyle;rounded=0;orthogonalLoop=1;jettySize=auto;html=1;strokeColor=#0000FF;exitX=0.5;exitY=1;exitDx=0;exitDy=0;entryX=0.5;entryY=0;entryDx=0;entryDy=0;" edge="1" parent="1" source="7" target="20"><mxGeometry relative="1" as="geometry"/></mxCell><mxCell id="63" style="edgeStyle=orthogonalEdgeStyle;rounded=0;orthogonalLoop=1;jettySize=auto;html=1;dashed=1;dashPattern=8 4;strokeColor=#FF0000;strokeWidth=2;exitX=0.5;exitY=0.5;exitDx=0;exitDy=0;entryX=0.5;entryY=0.5;entryDx=0;entryDy=0;" edge="1" parent="1" source="20" target="16"><mxGeometry relative="1" as="geometry"/></mxCell><mxCell id="64" style="edgeStyle=orthogonalEdgeStyle;rounded=0;orthogonalLoop=1;jettySize=auto;html=1;strokeColor=#0000FF;exitX=0.5;exitY=1;exitDx=0;exitDy=0;entryX=0.5;entryY=0;entryDx=0;entryDy=0;" edge="1" parent="1" source="20" target="21"><mxGeometry relative="1" as="geometry"/></mxCell><mxCell id="65" style="edgeStyle=orthogonalEdgeStyle;rounded=0;orthogonalLoop=1;jettySize=auto;html=1;strokeColor=#0000FF;exitX=0.5;exitY=1;exitDx=0;exitDy=0;entryX=0.5;entryY=0;entryDx=0;entryDy=0;" edge="1" parent="1" source="20" target="22"><mxGeometry relative="1" as="geometry"/></mxCell><mxCell id="66" style="edgeStyle=orthogonalEdgeStyle;rounded=0;orthogonalLoop=1;jettySize=auto;html=1;strokeColor=#0000FF;exitX=0.5;exitY=1;exitDx=0;exitDy=0;entryX=0.5;entryY=0;entryDx=0;entryDy=0;" edge="1" parent="1" source="21" target="23"><mxGeometry relative="1" as="geometry"/></mxCell><mxCell id="67" style="edgeStyle=orthogonalEdgeStyle;rounded=0;orthogonalLoop=1;jettySize=auto;html=1;strokeColor=#0000FF;exitX=0.5;exitY=1;exitDx=0;exitDy=0;entryX=0.5;entryY=0;entryDx=0;entryDy=0;" edge="1" parent="1" source="22" target="23"><mxGeometry relative="1" as="geometry"/></mxCell><mxCell id="68" style="edgeStyle=orthogonalEdgeStyle;rounded=0;orthogonalLoop=1;jettySize=auto;html=1;strokeColor=#0000FF;exitX=0.5;exitY=1;exitDx=0;exitDy=0;entryX=0.5;entryY=0;entryDx=0;entryDy=0;" edge="1" parent="1" source="11" target="24"><mxGeometry relative="1" as="geometry"/></mxCell><mxCell id="69" style="edgeStyle=orthogonalEdgeStyle;rounded=0;orthogonalLoop=1;jettySize=auto;html=1;strokeColor=#0000FF;exitX=0.5;exitY=1;exitDx=0;exitDy=0;entryX=0.5;entryY=0;entryDx=0;entryDy=0;" edge="1" parent="1" source="11" target="25"><mxGeometry relative="1" as="geometry"/></mxCell><mxCell id="70" style="edgeStyle=orthogonalEdgeStyle;rounded=0;orthogonalLoop=1;jettySize=auto;html=1;strokeColor=#0000FF;exitX=0.5;exitY=1;exitDx=0;exitDy=0;entryX=0.5;entryY=0;entryDx=0;entryDy=0;" edge="1" parent="1" source="11" target="26"><mxGeometry relative="1" as="geometry"/></mxCell><mxCell id="71" style="edgeStyle=orthogonalEdgeStyle;rounded=0;orthogonalLoop=1;jettySize=auto;html=1;strokeColor=#0000FF;exitX=0.5;exitY=1;exitDx=0;exitDy=0;entryX=0.5;entryY=0;entryDx=0;entryDy=0;" edge="1" parent="1" source="26" target="27"><mxGeometry relative="1" as="geometry"/></mxCell><mxCell id="72" style="edgeStyle=orthogonalEdgeStyle;rounded=0;orthogonalLoop=1;jettySize=auto;html=1;strokeColor=#0000FF;exitX=0.5;exitY=1;exitDx=0;exitDy=0;entryX=0.5;entryY=0;entryDx=0;entryDy=0;" edge="1" parent="1" source="25" target="27"><mxGeometry relative="1" as="geometry"/></mxCell><mxCell id="73" style="edgeStyle=orthogonalEdgeStyle;rounded=0;orthogonalLoop=1;jettySize=auto;html=1;strokeColor=#0000FF;exitX=0.5;exitY=1;exitDx=0;exitDy=0;entryX=0.5;entryY=0;entryDx=0;entryDy=0;" edge="1" parent="1" source="24" target="27"><mxGeometry relative="1" as="geometry"/></mxCell><mxCell id="74" style="edgeStyle=orthogonalEdgeStyle;rounded=0;orthogonalLoop=1;jettySize=auto;html=1;strokeColor=#0000FF;exitX=0.5;exitY=1;exitDx=0;exitDy=0;entryX=0.5;entryY=0;entryDx=0;entryDy=0;" edge="1" parent="1" source="27" target="28"><mxGeometry relative="1" as="geometry"/></mxCell><mxCell id="75" style="edgeStyle=orthogonalEdgeStyle;rounded=0;orthogonalLoop=1;jettySize=auto;html=1;strokeColor=#0000FF;exitX=0.5;exitY=1;exitDx=0;exitDy=0;entryX=0.5;entryY=0;entryDx=0;entryDy=0;" edge="1" parent="1" source="28" target="29"><mxGeometry relative="1" as="geometry"/></mxCell><mxCell id="76" style="edgeStyle=orthogonalEdgeStyle;rounded=0;orthogonalLoop=1;jettySize=auto;html=1;strokeColor=#0000FF;exitX=0.5;exitY=1;exitDx=0;exitDy=0;entryX=0.5;entryY=0;entryDx=0;entryDy=0;" edge="1" parent="1" source="29" target="30"><mxGeometry relative="1" as="geometry"/></mxCell><mxCell id="77" style="edgeStyle=orthogonalEdgeStyle;rounded=0;orthogonalLoop=1;jettySize=auto;html=1;strokeColor=#0000FF;exitX=0.5;exitY=1;exitDx=0;exitDy=0;entryX=0.5;entryY=0;entryDx=0;entryDy=0;" edge="1" parent="1" source="30" target="31"><mxGeometry relative="1" as="geometry"/></mxCell><mxCell id="78" style="edgeStyle=orthogonalEdgeStyle;rounded=0;orthogonalLoop=1;jettySize=auto;html=1;strokeColor=#0000FF;exitX=0.5;exitY=1;exitDx=0;exitDy=0;entryX=0.5;entryY=0;entryDx=0;entryDy=0;" edge="1" parent="1" source="31" target="32"><mxGeometry relative="1" as="geometry"/></mxCell><mxCell id="79" style="edgeStyle=orthogonalEdgeStyle;rounded=0;orthogonalLoop=1;jettySize=auto;html=1;strokeColor=#0000FF;exitX=0.5;exitY=1;exitDx=0;exitDy=0;entryX=0.5;entryY=0;entryDx=0;entryDy=0;" edge="1" parent="1" source="27" target="33"><mxGeometry relative="1" as="geometry"/></mxCell><mxCell id="80" style="edgeStyle=orthogonalEdgeStyle;rounded=0;orthogonalLoop=1;jettySize=auto;html=1;strokeColor=#0000FF;exitX=0.5;exitY=1;exitDx=0;exitDy=0;entryX=0.5;entryY=0;entryDx=0;entryDy=0;" edge="1" parent="1" source="35" target="34"><mxGeometry relative="1" as="geometry"/></mxCell><mxCell id="81" style="edgeStyle=orthogonalEdgeStyle;rounded=0;orthogonalLoop=1;jettySize=auto;html=1;strokeColor=#0000FF;exitX=0.5;exitY=1;exitDx=0;exitDy=0;entryX=0.5;entryY=0;entryDx=0;entryDy=0;" edge="1" parent="1" source="33" target="34"><mxGeometry relative="1" as="geometry"/></mxCell><mxCell id="82" style="edgeStyle=orthogonalEdgeStyle;rounded=0;orthogonalLoop=1;jettySize=auto;html=1;strokeColor=#0000FF;exitX=0.5;exitY=1;exitDx=0;exitDy=0;entryX=0.5;entryY=0;entryDx=0;entryDy=0;" edge="1" parent="1" source="36" target="35"><mxGeometry relative="1" as="geometry"/></mxCell><mxCell id="83" style="edgeStyle=orthogonalEdgeStyle;rounded=0;orthogonalLoop=1;jettySize=auto;html=1;strokeColor=#0000FF;exitX=0.5;exitY=1;exitDx=0;exitDy=0;entryX=0.5;entryY=0;entryDx=0;entryDy=0;" edge="1" parent="1" source="34" target="35"><mxGeometry relative="1" as="geometry"/></mxCell><mxCell id="84" style="edgeStyle=orthogonalEdgeStyle;rounded=0;orthogonalLoop=1;jettySize=auto;html=1;strokeColor=#0000FF;exitX=0.5;exitY=1;exitDx=0;exitDy=0;entryX=0.5;entryY=0;entryDx=0;entryDy=0;" edge="1" parent="1" source="35" target="36"><mxGeometry relative="1" as="geometry"/></mxCell><mxCell id="85" style="edgeStyle=orthogonalEdgeStyle;rounded=0;orthogonalLoop=1;jettySize=auto;html=1;strokeColor=#0000FF;exitX=0.5;exitY=1;exitDx=0;exitDy=0;entryX=0.5;entryY=0;entryDx=0;entryDy=0;" edge="1" parent="1" source="36" target="37"><mxGeometry relative="1" as="geometry"/></mxCell><mxCell id="86" value="&lt;b&gt;Legend&lt;/b&gt;&lt;br&gt;&lt;font color=&quot;#0000FF&quot;&gt;---&lt;/font&gt; Prerequisite (AND)&lt;br&gt;&lt;font color=&quot;#4444FF&quot;&gt;...&lt;/font&gt; Prerequisite (OR)&lt;br&gt;&lt;font color=&quot;#FF0000&quot;&gt;- -&lt;/font&gt; Mutually Exclusive" style="text;html=1;strokeColor=#999999;fillColor=#ffffff;align=left;verticalAlign=top;whiteSpace=wrap;rounded=1;fontSize=10;fontColor=#333333;" vertex="1" parent="1"><mxGeometry x="10" y="10" width="150" height="70" as="geometry"/></mxCell>
+         <mxCell id="2" value="1933年的革命同盟 [title]&lt;br&gt;南京已经落入革命军手中，但革命同盟仍是由共产党人、地方农民武装、左翼残党和失意军官拼接起来的政权。 [desc]&lt;br&gt;70 [days]&lt;br&gt;UP_CHI_revolutionary_league_1933 [id]&lt;br&gt;GFX_goal_generic_propaganda [icon]" style="rounded=1;whiteSpace=wrap;html=1;fillColor=#f5f5f5;strokeColor=#666666;" vertex="1" parent="1"><mxGeometry x="2250" y="50" width="180" height="120" as="geometry"/></mxCell><mxCell id="3" value="南京革命政府 [title]&lt;br&gt;革命同盟必须证明自己不只是攻城军队，而是能治理城市、铁路、税收和粮食的国家核心。 [desc]&lt;br&gt;70 [days]&lt;br&gt;UP_CHI_nanjing_revolutionary_government [id]&lt;br&gt;GFX_goal_generic_political_pressure [icon]" style="rounded=1;whiteSpace=wrap;html=1;fillColor=#f5f5f5;strokeColor=#666666;" vertex="1" parent="1"><mxGeometry x="2250" y="200" width="180" height="120" as="geometry"/></mxCell><mxCell id="4" value="重庆问题 [title]&lt;br&gt;残余国民政府退入重庆，并与华南地方军阀结成同盟。南京若要统一中国，就必须决定如何处理西南的旧秩序。 [desc]&lt;br&gt;70 [days]&lt;br&gt;UP_CHI_the_chongqing_question [id]&lt;br&gt;GFX_goal_generic_demand_territory [icon]" style="rounded=1;whiteSpace=wrap;html=1;fillColor=#f5f5f5;strokeColor=#666666;" vertex="1" parent="1"><mxGeometry x="1450" y="350" width="180" height="120" as="geometry"/></mxCell><mxCell id="5" value="重建革命军 [title]&lt;br&gt;革命军由农民武装、旧军倒戈部队和青年军官组成。它打下了南京，但还不是一支真正统一的现代军队。 [desc]&lt;br&gt;70 [days]&lt;br&gt;UP_CHI_rebuild_the_revolutionary_army [id]&lt;br&gt;GFX_goal_generic_position_armies [icon]" style="rounded=1;whiteSpace=wrap;html=1;fillColor=#f5f5f5;strokeColor=#666666;" vertex="1" parent="1"><mxGeometry x="3050" y="350" width="180" height="120" as="geometry"/></mxCell><mxCell id="6" value="农村改革派 [title]&lt;br&gt;农村改革派认为革命的根基在土地、乡村组织和基层动员。只有先重塑农村，中国革命才不会成为又一个城市政权。 [desc]&lt;br&gt;70 [days]&lt;br&gt;UP_CHI_rural_reform_bloc [id]&lt;br&gt;GFX_goal_generic_soviet_construction [icon]" style="rounded=1;whiteSpace=wrap;html=1;fillColor=#f5f5f5;strokeColor=#666666;" vertex="1" parent="1"><mxGeometry x="850" y="650" width="180" height="120" as="geometry"/></mxCell><mxCell id="7" value="军国主义派 [title]&lt;br&gt;军国主义派认为分裂中国只能靠军队重新缝合。革命不能被乡村会议拖慢，必须建立纪律、参谋部和统一战争机器。 [desc]&lt;br&gt;70 [days]&lt;br&gt;UP_CHI_militarist_bloc [id]&lt;br&gt;GFX_goal_generic_major_war [icon]" style="rounded=1;whiteSpace=wrap;html=1;fillColor=#f5f5f5;strokeColor=#666666;" vertex="1" parent="1"><mxGeometry x="3650" y="650" width="180" height="120" as="geometry"/></mxCell><mxCell id="8" value="发动新土改 [title]&lt;br&gt;南京革命政府将把土地问题重新推向前台。农民获得动员，地主阶级则开始把革命视为生死威胁。 [desc]&lt;br&gt;70 [days]&lt;br&gt;UP_CHI_launch_new_land_reform [id]&lt;br&gt;GFX_goal_generic_communist_revolution [icon]" style="rounded=1;whiteSpace=wrap;html=1;fillColor=#f5f5f5;strokeColor=#666666;" vertex="1" parent="1"><mxGeometry x="850" y="800" width="180" height="120" as="geometry"/></mxCell><mxCell id="9" value="深入乡村 [title]&lt;br&gt;革命不能只停留在城市和军队。工作队、农会和基层干部将进入乡村，把南京的命令变成地方秩序。 [desc]&lt;br&gt;70 [days]&lt;br&gt;UP_CHI_deepen_the_countryside [id]&lt;br&gt;GFX_goal_generic_propaganda [icon]" style="rounded=1;whiteSpace=wrap;html=1;fillColor=#f5f5f5;strokeColor=#666666;" vertex="1" parent="1"><mxGeometry x="450" y="950" width="180" height="120" as="geometry"/></mxCell><mxCell id="10" value="建立人民公社 [title]&lt;br&gt;人民公社将生产、动员和基层治理结合起来。它们能创造新的建设速度，也会让社会承受更大压力。 [desc]&lt;br&gt;70 [days]&lt;br&gt;UP_CHI_establish_people_communes [id]&lt;br&gt;GFX_goal_generic_construct_civ_factory [icon]" style="rounded=1;whiteSpace=wrap;html=1;fillColor=#f5f5f5;strokeColor=#666666;" vertex="1" parent="1"><mxGeometry x="850" y="1100" width="180" height="120" as="geometry"/></mxCell><mxCell id="11" value="群众路线 [title]&lt;br&gt;群众路线把革命政府重新拉回基层。政策必须从群众中来，再回到群众中去。 [desc]&lt;br&gt;70 [days]&lt;br&gt;UP_CHI_mass_line [id]&lt;br&gt;GFX_goal_generic_national_unity [icon]" style="rounded=1;whiteSpace=wrap;html=1;fillColor=#f5f5f5;strokeColor=#666666;" vertex="1" parent="1"><mxGeometry x="1250" y="950" width="180" height="120" as="geometry"/></mxCell><mxCell id="12" value="整顿地方革命委员会 [title]&lt;br&gt;地方革命委员会曾经帮助南京夺取政权，如今却可能成为新的山头。中央必须重新握住基层权力。 [desc]&lt;br&gt;70 [days]&lt;br&gt;UP_CHI_rectify_local_revolutionary_committees [id]&lt;br&gt;GFX_goal_generic_political_pressure [icon]" style="rounded=1;whiteSpace=wrap;html=1;fillColor=#f5f5f5;strokeColor=#666666;" vertex="1" parent="1"><mxGeometry x="850" y="1400" width="180" height="120" as="geometry"/></mxCell><mxCell id="13" value="继续土地革命 [title]&lt;br&gt;土地革命不能在南京胜利后停下。农村社会仍然是中国革命最深的战场。 [desc]&lt;br&gt;70 [days]&lt;br&gt;UP_CHI_continue_land_revolution [id]&lt;br&gt;GFX_goal_generic_communist_revolution [icon]" style="rounded=1;whiteSpace=wrap;html=1;fillColor=#f5f5f5;strokeColor=#666666;" vertex="1" parent="1"><mxGeometry x="50" y="1550" width="180" height="120" as="geometry"/></mxCell><mxCell id="14" value="革命输出 [title]&lt;br&gt;南京将不再把革命局限在国境之内。亚洲各地的工人、农民和殖民地士兵都可能成为火种。 [desc]&lt;br&gt;70 [days]&lt;br&gt;UP_CHI_export_revolution [id]&lt;br&gt;GFX_goal_generic_intelligence_exchange [icon]" style="rounded=1;whiteSpace=wrap;html=1;fillColor=#f5f5f5;strokeColor=#666666;" vertex="1" parent="1"><mxGeometry x="50" y="1700" width="180" height="120" as="geometry"/></mxCell><mxCell id="15" value="亚洲革命中心 [title]&lt;br&gt;没有苏联的世界里，中国可以成为新的亚洲革命中心。 [desc]&lt;br&gt;70 [days]&lt;br&gt;UP_CHI_asian_revolution_center [id]&lt;br&gt;GFX_goal_generic_major_alliance [icon]" style="rounded=1;whiteSpace=wrap;html=1;fillColor=#f5f5f5;strokeColor=#666666;" vertex="1" parent="1"><mxGeometry x="50" y="1850" width="180" height="120" as="geometry"/></mxCell><mxCell id="16" value="世界革命的火种 [title]&lt;br&gt;革命政府将把战争、宣传和地下组织结合起来，让世界意识到东方的新中心已经出现。 [desc]&lt;br&gt;70 [days]&lt;br&gt;UP_CHI_spark_of_world_revolution [id]&lt;br&gt;GFX_goal_generic_demand_territory [icon]" style="rounded=1;whiteSpace=wrap;html=1;fillColor=#f5f5f5;strokeColor=#666666;" vertex="1" parent="1"><mxGeometry x="50" y="2000" width="180" height="120" as="geometry"/></mxCell><mxCell id="17" value="东方红照耀亚洲 [title]&lt;br&gt;南京不再只是中国的革命政府，而是亚洲红色运动的灯塔。 [desc]&lt;br&gt;70 [days]&lt;br&gt;UP_CHI_east_is_red_over_asia [id]&lt;br&gt;GFX_goal_generic_communist_revolution [icon]" style="rounded=1;whiteSpace=wrap;html=1;fillColor=#f5f5f5;strokeColor=#666666;" vertex="1" parent="1"><mxGeometry x="50" y="2150" width="180" height="120" as="geometry"/></mxCell><mxCell id="18" value="恢复国民经济 [title]&lt;br&gt;革命需要面包、煤炭、机器和铁路。南京必须从战争中恢复国民经济。 [desc]&lt;br&gt;70 [days]&lt;br&gt;UP_CHI_restore_national_economy [id]&lt;br&gt;GFX_goal_generic_construct_civ_factory [icon]" style="rounded=1;whiteSpace=wrap;html=1;fillColor=#f5f5f5;strokeColor=#666666;" vertex="1" parent="1"><mxGeometry x="1650" y="1550" width="180" height="120" as="geometry"/></mxCell><mxCell id="19" value="第一个五年计划 [title]&lt;br&gt;计划经济将把零散的工业、铁路和资源建设纳入统一节奏。 [desc]&lt;br&gt;70 [days]&lt;br&gt;UP_CHI_first_five_year_plan [id]&lt;br&gt;GFX_goal_generic_construct_civ_factory [icon]" style="rounded=1;whiteSpace=wrap;html=1;fillColor=#f5f5f5;strokeColor=#666666;" vertex="1" parent="1"><mxGeometry x="1650" y="1700" width="180" height="120" as="geometry"/></mxCell><mxCell id="20" value="农业合作化 [title]&lt;br&gt;农业合作化将提高粮食组织能力，也让农村生产与国家计划更紧密地连接。 [desc]&lt;br&gt;70 [days]&lt;br&gt;UP_CHI_agricultural_collectivization [id]&lt;br&gt;GFX_goal_generic_construct_infrastructure [icon]" style="rounded=1;whiteSpace=wrap;html=1;fillColor=#f5f5f5;strokeColor=#666666;" vertex="1" parent="1"><mxGeometry x="1650" y="1850" width="180" height="120" as="geometry"/></mxCell><mxCell id="21" value="人民工业化 [title]&lt;br&gt;没有工业，革命就无法保卫自己。人民工业化将培养工程师、技术员和新的科研体系。 [desc]&lt;br&gt;70 [days]&lt;br&gt;UP_CHI_peoples_industrialization [id]&lt;br&gt;GFX_goal_generic_scientific_exchange [icon]" style="rounded=1;whiteSpace=wrap;html=1;fillColor=#f5f5f5;strokeColor=#666666;" vertex="1" parent="1"><mxGeometry x="1650" y="2000" width="180" height="120" as="geometry"/></mxCell><mxCell id="22" value="革命现代国家 [title]&lt;br&gt;革命不能永远停留在动员阶段。中国式社会主义将把国家建设、工业生产和社会改造结合起来。 [desc]&lt;br&gt;70 [days]&lt;br&gt;UP_CHI_revolutionary_modern_state [id]&lt;br&gt;GFX_goal_generic_construct_mil_factory [icon]" style="rounded=1;whiteSpace=wrap;html=1;fillColor=#f5f5f5;strokeColor=#666666;" vertex="1" parent="1"><mxGeometry x="1650" y="2150" width="180" height="120" as="geometry"/></mxCell><mxCell id="23" value="黄埔军官团派 [title]&lt;br&gt;不少黄埔军官在蒋介石死后倒向南京。他们相信革命需要现代军官团，而不是无休止的群众动员。 [desc]&lt;br&gt;70 [days]&lt;br&gt;UP_CHI_whampoa_officer_corps [id]&lt;br&gt;GFX_goal_generic_army_doctrines [icon]" style="rounded=1;whiteSpace=wrap;html=1;fillColor=#f5f5f5;strokeColor=#666666;" vertex="1" parent="1"><mxGeometry x="3050" y="800" width="180" height="120" as="geometry"/></mxCell><mxCell id="24" value="吸收倒戈军校生 [title]&lt;br&gt;倒戈军校生带来了战术、纪律和旧国民革命军的经验，也带来了新的派系风险。 [desc]&lt;br&gt;70 [days]&lt;br&gt;UP_CHI_absorb_defected_cadets [id]&lt;br&gt;GFX_goal_generic_position_armies [icon]" style="rounded=1;whiteSpace=wrap;html=1;fillColor=#f5f5f5;strokeColor=#666666;" vertex="1" parent="1"><mxGeometry x="2850" y="950" width="180" height="120" as="geometry"/></mxCell><mxCell id="25" value="南京总参谋部 [title]&lt;br&gt;统一中国不能靠临时会议指挥。南京需要一个能规划多战线战争的总参谋部。 [desc]&lt;br&gt;70 [days]&lt;br&gt;UP_CHI_nanjing_general_staff [id]&lt;br&gt;GFX_goal_generic_army_artillery [icon]" style="rounded=1;whiteSpace=wrap;html=1;fillColor=#f5f5f5;strokeColor=#666666;" vertex="1" parent="1"><mxGeometry x="3250" y="950" width="180" height="120" as="geometry"/></mxCell><mxCell id="26" value="革命军事国家 [title]&lt;br&gt;军队将成为革命政权的脊梁。中国必须先被组织成军营，才能被组织成国家。 [desc]&lt;br&gt;70 [days]&lt;br&gt;UP_CHI_revolutionary_military_state [id]&lt;br&gt;GFX_goal_generic_major_war [icon]" style="rounded=1;whiteSpace=wrap;html=1;fillColor=#f5f5f5;strokeColor=#666666;" vertex="1" parent="1"><mxGeometry x="3050" y="1100" width="180" height="120" as="geometry"/></mxCell><mxCell id="27" value="继承孙中山派 [title]&lt;br&gt;这一路线主张南京革命政府才是国民革命的真正继承者。蒋介石死后，重庆只是旧官僚和地方军阀的避难所。 [desc]&lt;br&gt;70 [days]&lt;br&gt;UP_CHI_inherit_sun_yat_sen [id]&lt;br&gt;GFX_goal_generic_demand_territory [icon]" style="rounded=1;whiteSpace=wrap;html=1;fillColor=#f5f5f5;strokeColor=#666666;" vertex="1" parent="1"><mxGeometry x="4250" y="800" width="180" height="120" as="geometry"/></mxCell><mxCell id="28" value="第二次北伐 [title]&lt;br&gt;革命尚未完成，军阀仍在。南京将以新的旗帜继承北伐的未竟事业。 [desc]&lt;br&gt;70 [days]&lt;br&gt;UP_CHI_second_northern_expedition [id]&lt;br&gt;GFX_goal_generic_occupy_states_ongoing_war [icon]" style="rounded=1;whiteSpace=wrap;html=1;fillColor=#f5f5f5;strokeColor=#666666;" vertex="1" parent="1"><mxGeometry x="4050" y="950" width="180" height="120" as="geometry"/></mxCell><mxCell id="29" value="红旗下的三民主义 [title]&lt;br&gt;民族、民权、民生不必属于重庆。南京可以把孙中山的遗产重新解释为革命同盟的合法性。 [desc]&lt;br&gt;70 [days]&lt;br&gt;UP_CHI_three_principles_under_red_banner [id]&lt;br&gt;GFX_goal_generic_national_unity [icon]" style="rounded=1;whiteSpace=wrap;html=1;fillColor=#f5f5f5;strokeColor=#666666;" vertex="1" parent="1"><mxGeometry x="4450" y="950" width="180" height="120" as="geometry"/></mxCell><mxCell id="30" value="共和革命正统 [title]&lt;br&gt;南京宣布自己既是社会革命的中心，也是国民革命的继承者。重庆的旗帜已经褪色。 [desc]&lt;br&gt;70 [days]&lt;br&gt;UP_CHI_republican_revolutionary_claim [id]&lt;br&gt;GFX_goal_generic_forceful_treaty [icon]" style="rounded=1;whiteSpace=wrap;html=1;fillColor=#f5f5f5;strokeColor=#666666;" vertex="1" parent="1"><mxGeometry x="4250" y="1100" width="180" height="120" as="geometry"/></mxCell><mxCell id="31" style="edgeStyle=orthogonalEdgeStyle;rounded=0;orthogonalLoop=1;jettySize=auto;html=1;strokeColor=#0000FF;exitX=0.5;exitY=1;exitDx=0;exitDy=0;entryX=0.5;entryY=0;entryDx=0;entryDy=0;" edge="1" parent="1" source="2" target="3"><mxGeometry relative="1" as="geometry"/></mxCell><mxCell id="32" style="edgeStyle=orthogonalEdgeStyle;rounded=0;orthogonalLoop=1;jettySize=auto;html=1;strokeColor=#0000FF;exitX=0.5;exitY=1;exitDx=0;exitDy=0;entryX=0.5;entryY=0;entryDx=0;entryDy=0;" edge="1" parent="1" source="3" target="4"><mxGeometry relative="1" as="geometry"/></mxCell><mxCell id="33" style="edgeStyle=orthogonalEdgeStyle;rounded=0;orthogonalLoop=1;jettySize=auto;html=1;strokeColor=#0000FF;exitX=0.5;exitY=1;exitDx=0;exitDy=0;entryX=0.5;entryY=0;entryDx=0;entryDy=0;" edge="1" parent="1" source="3" target="5"><mxGeometry relative="1" as="geometry"/></mxCell><mxCell id="34" style="edgeStyle=orthogonalEdgeStyle;rounded=0;orthogonalLoop=1;jettySize=auto;html=1;strokeColor=#0000FF;exitX=0.5;exitY=1;exitDx=0;exitDy=0;entryX=0.5;entryY=0;entryDx=0;entryDy=0;" edge="1" parent="1" source="4" target="6"><mxGeometry relative="1" as="geometry"/></mxCell><mxCell id="35" style="edgeStyle=orthogonalEdgeStyle;rounded=0;orthogonalLoop=1;jettySize=auto;html=1;strokeColor=#0000FF;exitX=0.5;exitY=1;exitDx=0;exitDy=0;entryX=0.5;entryY=0;entryDx=0;entryDy=0;" edge="1" parent="1" source="5" target="6"><mxGeometry relative="1" as="geometry"/></mxCell><mxCell id="36" style="edgeStyle=orthogonalEdgeStyle;rounded=0;orthogonalLoop=1;jettySize=auto;html=1;strokeColor=#0000FF;exitX=0.5;exitY=1;exitDx=0;exitDy=0;entryX=0.5;entryY=0;entryDx=0;entryDy=0;" edge="1" parent="1" source="4" target="7"><mxGeometry relative="1" as="geometry"/></mxCell><mxCell id="37" style="edgeStyle=orthogonalEdgeStyle;rounded=0;orthogonalLoop=1;jettySize=auto;html=1;strokeColor=#0000FF;exitX=0.5;exitY=1;exitDx=0;exitDy=0;entryX=0.5;entryY=0;entryDx=0;entryDy=0;" edge="1" parent="1" source="5" target="7"><mxGeometry relative="1" as="geometry"/></mxCell><mxCell id="38" style="edgeStyle=orthogonalEdgeStyle;rounded=0;orthogonalLoop=1;jettySize=auto;html=1;dashed=1;dashPattern=8 4;strokeColor=#FF0000;strokeWidth=2;exitX=0.5;exitY=0.5;exitDx=0;exitDy=0;entryX=0.5;entryY=0.5;entryDx=0;entryDy=0;" edge="1" parent="1" source="7" target="6"><mxGeometry relative="1" as="geometry"/></mxCell><mxCell id="39" style="edgeStyle=orthogonalEdgeStyle;rounded=0;orthogonalLoop=1;jettySize=auto;html=1;strokeColor=#0000FF;exitX=0.5;exitY=1;exitDx=0;exitDy=0;entryX=0.5;entryY=0;entryDx=0;entryDy=0;" edge="1" parent="1" source="6" target="8"><mxGeometry relative="1" as="geometry"/></mxCell><mxCell id="40" style="edgeStyle=orthogonalEdgeStyle;rounded=0;orthogonalLoop=1;jettySize=auto;html=1;strokeColor=#0000FF;exitX=0.5;exitY=1;exitDx=0;exitDy=0;entryX=0.5;entryY=0;entryDx=0;entryDy=0;" edge="1" parent="1" source="8" target="9"><mxGeometry relative="1" as="geometry"/></mxCell><mxCell id="41" style="edgeStyle=orthogonalEdgeStyle;rounded=0;orthogonalLoop=1;jettySize=auto;html=1;strokeColor=#0000FF;exitX=0.5;exitY=1;exitDx=0;exitDy=0;entryX=0.5;entryY=0;entryDx=0;entryDy=0;" edge="1" parent="1" source="8" target="10"><mxGeometry relative="1" as="geometry"/></mxCell><mxCell id="42" style="edgeStyle=orthogonalEdgeStyle;rounded=0;orthogonalLoop=1;jettySize=auto;html=1;strokeColor=#0000FF;exitX=0.5;exitY=1;exitDx=0;exitDy=0;entryX=0.5;entryY=0;entryDx=0;entryDy=0;" edge="1" parent="1" source="8" target="11"><mxGeometry relative="1" as="geometry"/></mxCell><mxCell id="43" style="edgeStyle=orthogonalEdgeStyle;rounded=0;orthogonalLoop=1;jettySize=auto;html=1;strokeColor=#0000FF;exitX=0.5;exitY=1;exitDx=0;exitDy=0;entryX=0.5;entryY=0;entryDx=0;entryDy=0;" edge="1" parent="1" source="9" target="12"><mxGeometry relative="1" as="geometry"/></mxCell><mxCell id="44" style="edgeStyle=orthogonalEdgeStyle;rounded=0;orthogonalLoop=1;jettySize=auto;html=1;strokeColor=#0000FF;exitX=0.5;exitY=1;exitDx=0;exitDy=0;entryX=0.5;entryY=0;entryDx=0;entryDy=0;" edge="1" parent="1" source="10" target="12"><mxGeometry relative="1" as="geometry"/></mxCell><mxCell id="45" style="edgeStyle=orthogonalEdgeStyle;rounded=0;orthogonalLoop=1;jettySize=auto;html=1;strokeColor=#0000FF;exitX=0.5;exitY=1;exitDx=0;exitDy=0;entryX=0.5;entryY=0;entryDx=0;entryDy=0;" edge="1" parent="1" source="11" target="12"><mxGeometry relative="1" as="geometry"/></mxCell><mxCell id="46" style="edgeStyle=orthogonalEdgeStyle;rounded=0;orthogonalLoop=1;jettySize=auto;html=1;strokeColor=#0000FF;exitX=0.5;exitY=1;exitDx=0;exitDy=0;entryX=0.5;entryY=0;entryDx=0;entryDy=0;" edge="1" parent="1" source="12" target="13"><mxGeometry relative="1" as="geometry"/></mxCell><mxCell id="47" style="edgeStyle=orthogonalEdgeStyle;rounded=0;orthogonalLoop=1;jettySize=auto;html=1;dashed=1;dashPattern=8 4;strokeColor=#FF0000;strokeWidth=2;exitX=0.5;exitY=0.5;exitDx=0;exitDy=0;entryX=0.5;entryY=0.5;entryDx=0;entryDy=0;" edge="1" parent="1" source="13" target="18"><mxGeometry relative="1" as="geometry"/></mxCell><mxCell id="48" style="edgeStyle=orthogonalEdgeStyle;rounded=0;orthogonalLoop=1;jettySize=auto;html=1;strokeColor=#0000FF;exitX=0.5;exitY=1;exitDx=0;exitDy=0;entryX=0.5;entryY=0;entryDx=0;entryDy=0;" edge="1" parent="1" source="13" target="14"><mxGeometry relative="1" as="geometry"/></mxCell><mxCell id="49" style="edgeStyle=orthogonalEdgeStyle;rounded=0;orthogonalLoop=1;jettySize=auto;html=1;strokeColor=#0000FF;exitX=0.5;exitY=1;exitDx=0;exitDy=0;entryX=0.5;entryY=0;entryDx=0;entryDy=0;" edge="1" parent="1" source="14" target="15"><mxGeometry relative="1" as="geometry"/></mxCell><mxCell id="50" style="edgeStyle=orthogonalEdgeStyle;rounded=0;orthogonalLoop=1;jettySize=auto;html=1;strokeColor=#0000FF;exitX=0.5;exitY=1;exitDx=0;exitDy=0;entryX=0.5;entryY=0;entryDx=0;entryDy=0;" edge="1" parent="1" source="15" target="16"><mxGeometry relative="1" as="geometry"/></mxCell><mxCell id="51" style="edgeStyle=orthogonalEdgeStyle;rounded=0;orthogonalLoop=1;jettySize=auto;html=1;strokeColor=#0000FF;exitX=0.5;exitY=1;exitDx=0;exitDy=0;entryX=0.5;entryY=0;entryDx=0;entryDy=0;" edge="1" parent="1" source="16" target="17"><mxGeometry relative="1" as="geometry"/></mxCell><mxCell id="52" style="edgeStyle=orthogonalEdgeStyle;rounded=0;orthogonalLoop=1;jettySize=auto;html=1;strokeColor=#0000FF;exitX=0.5;exitY=1;exitDx=0;exitDy=0;entryX=0.5;entryY=0;entryDx=0;entryDy=0;" edge="1" parent="1" source="12" target="18"><mxGeometry relative="1" as="geometry"/></mxCell><mxCell id="53" style="edgeStyle=orthogonalEdgeStyle;rounded=0;orthogonalLoop=1;jettySize=auto;html=1;strokeColor=#0000FF;exitX=0.5;exitY=1;exitDx=0;exitDy=0;entryX=0.5;entryY=0;entryDx=0;entryDy=0;" edge="1" parent="1" source="18" target="19"><mxGeometry relative="1" as="geometry"/></mxCell><mxCell id="54" style="edgeStyle=orthogonalEdgeStyle;rounded=0;orthogonalLoop=1;jettySize=auto;html=1;strokeColor=#0000FF;exitX=0.5;exitY=1;exitDx=0;exitDy=0;entryX=0.5;entryY=0;entryDx=0;entryDy=0;" edge="1" parent="1" source="19" target="20"><mxGeometry relative="1" as="geometry"/></mxCell><mxCell id="55" style="edgeStyle=orthogonalEdgeStyle;rounded=0;orthogonalLoop=1;jettySize=auto;html=1;strokeColor=#0000FF;exitX=0.5;exitY=1;exitDx=0;exitDy=0;entryX=0.5;entryY=0;entryDx=0;entryDy=0;" edge="1" parent="1" source="20" target="21"><mxGeometry relative="1" as="geometry"/></mxCell><mxCell id="56" style="edgeStyle=orthogonalEdgeStyle;rounded=0;orthogonalLoop=1;jettySize=auto;html=1;strokeColor=#0000FF;exitX=0.5;exitY=1;exitDx=0;exitDy=0;entryX=0.5;entryY=0;entryDx=0;entryDy=0;" edge="1" parent="1" source="21" target="22"><mxGeometry relative="1" as="geometry"/></mxCell><mxCell id="57" style="edgeStyle=orthogonalEdgeStyle;rounded=0;orthogonalLoop=1;jettySize=auto;html=1;strokeColor=#0000FF;exitX=0.5;exitY=1;exitDx=0;exitDy=0;entryX=0.5;entryY=0;entryDx=0;entryDy=0;" edge="1" parent="1" source="7" target="23"><mxGeometry relative="1" as="geometry"/></mxCell><mxCell id="58" style="edgeStyle=orthogonalEdgeStyle;rounded=0;orthogonalLoop=1;jettySize=auto;html=1;strokeColor=#0000FF;exitX=0.5;exitY=1;exitDx=0;exitDy=0;entryX=0.5;entryY=0;entryDx=0;entryDy=0;" edge="1" parent="1" source="23" target="24"><mxGeometry relative="1" as="geometry"/></mxCell><mxCell id="59" style="edgeStyle=orthogonalEdgeStyle;rounded=0;orthogonalLoop=1;jettySize=auto;html=1;strokeColor=#0000FF;exitX=0.5;exitY=1;exitDx=0;exitDy=0;entryX=0.5;entryY=0;entryDx=0;entryDy=0;" edge="1" parent="1" source="23" target="25"><mxGeometry relative="1" as="geometry"/></mxCell><mxCell id="60" style="edgeStyle=orthogonalEdgeStyle;rounded=0;orthogonalLoop=1;jettySize=auto;html=1;strokeColor=#0000FF;exitX=0.5;exitY=1;exitDx=0;exitDy=0;entryX=0.5;entryY=0;entryDx=0;entryDy=0;" edge="1" parent="1" source="24" target="26"><mxGeometry relative="1" as="geometry"/></mxCell><mxCell id="61" style="edgeStyle=orthogonalEdgeStyle;rounded=0;orthogonalLoop=1;jettySize=auto;html=1;strokeColor=#0000FF;exitX=0.5;exitY=1;exitDx=0;exitDy=0;entryX=0.5;entryY=0;entryDx=0;entryDy=0;" edge="1" parent="1" source="25" target="26"><mxGeometry relative="1" as="geometry"/></mxCell><mxCell id="62" style="edgeStyle=orthogonalEdgeStyle;rounded=0;orthogonalLoop=1;jettySize=auto;html=1;strokeColor=#0000FF;exitX=0.5;exitY=1;exitDx=0;exitDy=0;entryX=0.5;entryY=0;entryDx=0;entryDy=0;" edge="1" parent="1" source="7" target="27"><mxGeometry relative="1" as="geometry"/></mxCell><mxCell id="63" style="edgeStyle=orthogonalEdgeStyle;rounded=0;orthogonalLoop=1;jettySize=auto;html=1;dashed=1;dashPattern=8 4;strokeColor=#FF0000;strokeWidth=2;exitX=0.5;exitY=0.5;exitDx=0;exitDy=0;entryX=0.5;entryY=0.5;entryDx=0;entryDy=0;" edge="1" parent="1" source="27" target="23"><mxGeometry relative="1" as="geometry"/></mxCell><mxCell id="64" style="edgeStyle=orthogonalEdgeStyle;rounded=0;orthogonalLoop=1;jettySize=auto;html=1;strokeColor=#0000FF;exitX=0.5;exitY=1;exitDx=0;exitDy=0;entryX=0.5;entryY=0;entryDx=0;entryDy=0;" edge="1" parent="1" source="27" target="28"><mxGeometry relative="1" as="geometry"/></mxCell><mxCell id="65" style="edgeStyle=orthogonalEdgeStyle;rounded=0;orthogonalLoop=1;jettySize=auto;html=1;strokeColor=#0000FF;exitX=0.5;exitY=1;exitDx=0;exitDy=0;entryX=0.5;entryY=0;entryDx=0;entryDy=0;" edge="1" parent="1" source="27" target="29"><mxGeometry relative="1" as="geometry"/></mxCell><mxCell id="66" style="edgeStyle=orthogonalEdgeStyle;rounded=0;orthogonalLoop=1;jettySize=auto;html=1;strokeColor=#0000FF;exitX=0.5;exitY=1;exitDx=0;exitDy=0;entryX=0.5;entryY=0;entryDx=0;entryDy=0;" edge="1" parent="1" source="28" target="30"><mxGeometry relative="1" as="geometry"/></mxCell><mxCell id="67" style="edgeStyle=orthogonalEdgeStyle;rounded=0;orthogonalLoop=1;jettySize=auto;html=1;strokeColor=#0000FF;exitX=0.5;exitY=1;exitDx=0;exitDy=0;entryX=0.5;entryY=0;entryDx=0;entryDy=0;" edge="1" parent="1" source="29" target="30"><mxGeometry relative="1" as="geometry"/></mxCell><mxCell id="68" value="&lt;b&gt;Legend&lt;/b&gt;&lt;br&gt;&lt;font color=&quot;#0000FF&quot;&gt;---&lt;/font&gt; Prerequisite (AND)&lt;br&gt;&lt;font color=&quot;#4444FF&quot;&gt;...&lt;/font&gt; Prerequisite (OR)&lt;br&gt;&lt;font color=&quot;#FF0000&quot;&gt;- -&lt;/font&gt; Mutually Exclusive" style="text;html=1;strokeColor=#999999;fillColor=#ffffff;align=left;verticalAlign=top;whiteSpace=wrap;rounded=1;fontSize=10;fontColor=#333333;" vertex="1" parent="1"><mxGeometry x="10" y="10" width="150" height="70" as="geometry"/></mxCell>
      </root>
    </mxGraphModel>
  </diagram>
</mxfile>